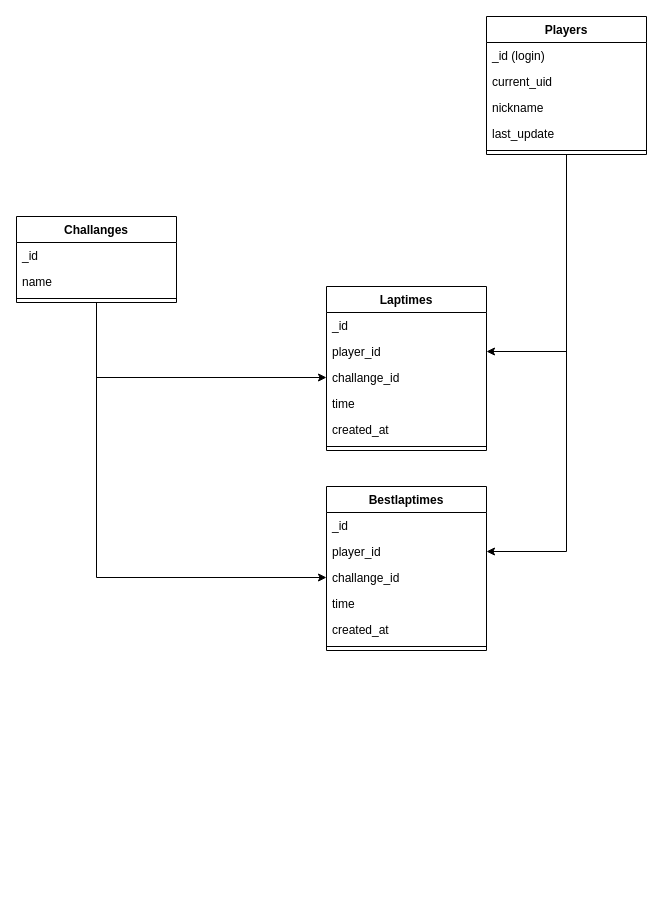
Before: db_layout.drawio in nils-ost/TMNF-TimeAttackServer, a draw.io diagram. Source tidied: cells renumbered, new cells numbered last; positions are measured from the earlier drawing's top-left corner, leaving out a move shared by most shapes. Both pictures are drawn from the tidied source at 100%, with x=0, y=0 at pixel (16, 16).
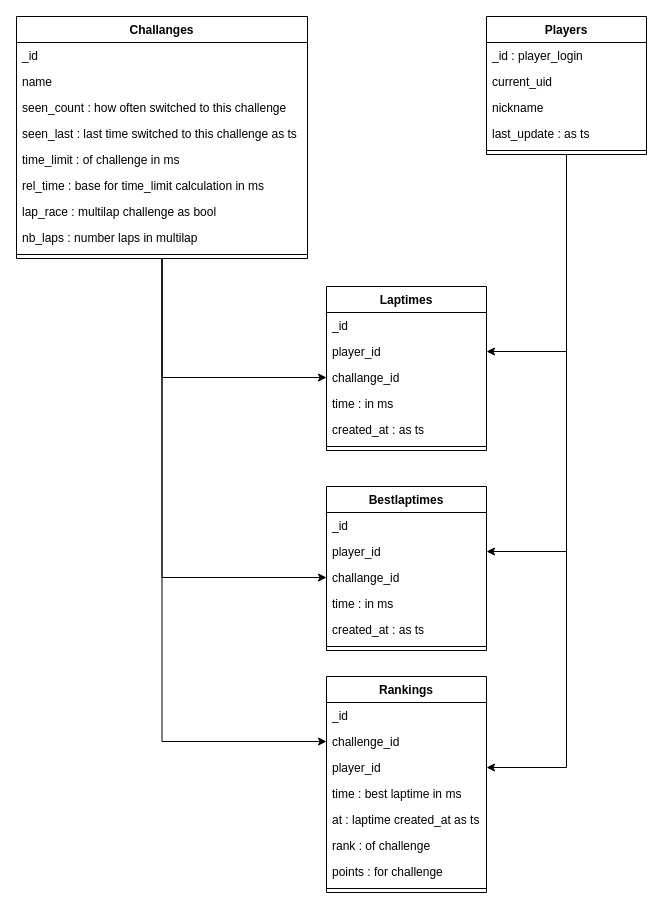
After the change.

The change refers to these unchanged cells:
```xml
<mxCell id="4" value="Players" style="swimlane;fontStyle=1;align=center;verticalAlign=top;horizontal=1;startSize=26;" parent="1" vertex="1">
  <mxGeometry x="470" width="160" height="138" as="geometry" />
</mxCell>
<mxCell id="16" value="Laptimes" style="swimlane;fontStyle=1;align=center;verticalAlign=top;horizontal=1;startSize=26;" parent="1" vertex="1">
  <mxGeometry x="310" y="270" width="160" height="164" as="geometry" />
</mxCell>
<mxCell id="23" value="Bestlaptimes" style="swimlane;fontStyle=1;align=center;verticalAlign=top;horizontal=1;startSize=26;" parent="1" vertex="1">
  <mxGeometry x="310" y="470" width="160" height="164" as="geometry" />
</mxCell>
```

What changed in the source:
```diff
@@
+    <mxCell id="30" style="edgeStyle=orthogonalEdgeStyle;rounded=0;jettySize=auto;html=1;entryX=1;entryY=0.5;entryDx=0;entryDy=0;" parent="1" edge="1" source="4" target="41">
+      <mxGeometry relative="1" as="geometry" />
+    </mxCell>
@@
-    <mxCell id="5" value="_id (login)" style="text;strokeColor=none;fillColor=none;align=left;verticalAlign=top;spacingLeft=4;spacingRight=4;overflow=hidden;" parent="4" vertex="1">
+    <mxCell id="5" value="_id : player_login" style="text;strokeColor=none;fillColor=none;align=left;verticalAlign=top;spacingLeft=4;spacingRight=4;overflow=hidden;" parent="4" vertex="1">
       <mxGeometry y="26" width="160" height="26" as="geometry" />
     </mxCell>
@@
-    <mxCell id="8" value="last_update" style="text;strokeColor=none;fillColor=none;align=left;verticalAlign=top;spacingLeft=4;spacingRight=4;overflow=hidden;" parent="4" vertex="1">
+    <mxCell id="8" value="last_update : as ts" style="text;strokeColor=none;fillColor=none;align=left;verticalAlign=top;spacingLeft=4;spacingRight=4;overflow=hidden;" parent="4" vertex="1">
       <mxGeometry y="104" width="160" height="26" as="geometry" />
     </mxCell>
@@
+    <mxCell id="31" style="edgeStyle=orthogonalEdgeStyle;rounded=0;jettySize=auto;html=1;entryX=0;entryY=0.5;entryDx=0;entryDy=0;" parent="1" edge="1" source="12" target="40">
+      <mxGeometry relative="1" as="geometry" />
+    </mxCell>
     <mxCell id="12" value="Challanges" style="swimlane;fontStyle=1;align=center;verticalAlign=top;horizontal=1;startSize=26;" parent="1" vertex="1">
-      <mxGeometry y="200" width="160" height="86" as="geometry" />
+      <mxGeometry width="291" height="242" as="geometry" />
     </mxCell>
     <mxCell id="13" value="_id" style="text;strokeColor=none;fillColor=none;align=left;verticalAlign=top;spacingLeft=4;spacingRight=4;overflow=hidden;" parent="12" vertex="1">
-      <mxGeometry y="26" width="160" height="26" as="geometry" />
+      <mxGeometry y="26" width="291" height="26" as="geometry" />
     </mxCell>
     <mxCell id="14" value="name" style="text;strokeColor=none;fillColor=none;align=left;verticalAlign=top;spacingLeft=4;spacingRight=4;overflow=hidden;" parent="12" vertex="1">
-      <mxGeometry y="52" width="160" height="26" as="geometry" />
+      <mxGeometry y="52" width="291" height="26" as="geometry" />
     </mxCell>
+    <mxCell id="32" value="seen_count : how often switched to this challenge" style="text;strokeColor=none;fillColor=none;align=left;verticalAlign=top;spacingLeft=4;spacingRight=4;overflow=hidden;" parent="12" vertex="1">
+      <mxGeometry y="78" width="291" height="26" as="geometry" />
+    </mxCell>
+    <mxCell id="33" value="seen_last : last time switched to this challenge as ts" style="text;strokeColor=none;fillColor=none;align=left;verticalAlign=top;spacingLeft=4;spacingRight=4;overflow=hidden;" parent="12" vertex="1">
+      <mxGeometry y="104" width="291" height="26" as="geometry" />
+    </mxCell>
+    <mxCell id="34" value="time_limit : of challenge in ms" style="text;strokeColor=none;fillColor=none;align=left;verticalAlign=top;spacingLeft=4;spacingRight=4;overflow=hidden;" parent="12" vertex="1">
+      <mxGeometry y="130" width="291" height="26" as="geometry" />
+    </mxCell>
+    <mxCell id="35" value="rel_time : base for time_limit calculation in ms" style="text;strokeColor=none;fillColor=none;align=left;verticalAlign=top;spacingLeft=4;spacingRight=4;overflow=hidden;" parent="12" vertex="1">
+      <mxGeometry y="156" width="291" height="26" as="geometry" />
+    </mxCell>
+    <mxCell id="36" value="lap_race : multilap challenge as bool" style="text;strokeColor=none;fillColor=none;align=left;verticalAlign=top;spacingLeft=4;spacingRight=4;overflow=hidden;" parent="12" vertex="1">
+      <mxGeometry y="182" width="291" height="26" as="geometry" />
+    </mxCell>
+    <mxCell id="37" value="nb_laps : number laps in multilap" style="text;strokeColor=none;fillColor=none;align=left;verticalAlign=top;spacingLeft=4;spacingRight=4;overflow=hidden;" parent="12" vertex="1">
+      <mxGeometry y="208" width="291" height="26" as="geometry" />
+    </mxCell>
     <mxCell id="15" style="line;strokeWidth=1;fillColor=none;align=left;verticalAlign=middle;spacingTop=-1;spacingLeft=3;spacingRight=3;labelPosition=right;" parent="12" vertex="1">
-      <mxGeometry y="78" width="160" height="8" as="geometry" />
+      <mxGeometry y="234" width="291" height="8" as="geometry" />
     </mxCell>
@@
-    <mxCell id="20" value="time" style="text;strokeColor=none;fillColor=none;align=left;verticalAlign=top;spacingLeft=4;spacingRight=4;overflow=hidden;" parent="16" vertex="1">
+    <mxCell id="20" value="time : in ms" style="text;strokeColor=none;fillColor=none;align=left;verticalAlign=top;spacingLeft=4;spacingRight=4;overflow=hidden;" parent="16" vertex="1">
       <mxGeometry y="104" width="160" height="26" as="geometry" />
     </mxCell>
-    <mxCell id="21" value="created_at" style="text;strokeColor=none;fillColor=none;align=left;verticalAlign=top;spacingLeft=4;spacingRight=4;overflow=hidden;" parent="16" vertex="1">
+    <mxCell id="21" value="created_at : as ts" style="text;strokeColor=none;fillColor=none;align=left;verticalAlign=top;spacingLeft=4;spacingRight=4;overflow=hidden;" parent="16" vertex="1">
       <mxGeometry y="130" width="160" height="26" as="geometry" />
     </mxCell>
@@
-    <mxCell id="27" value="time" style="text;strokeColor=none;fillColor=none;align=left;verticalAlign=top;spacingLeft=4;spacingRight=4;overflow=hidden;" parent="23" vertex="1">
+    <mxCell id="27" value="time : in ms" style="text;strokeColor=none;fillColor=none;align=left;verticalAlign=top;spacingLeft=4;spacingRight=4;overflow=hidden;" parent="23" vertex="1">
       <mxGeometry y="104" width="160" height="26" as="geometry" />
     </mxCell>
-    <mxCell id="28" value="created_at" style="text;strokeColor=none;fillColor=none;align=left;verticalAlign=top;spacingLeft=4;spacingRight=4;overflow=hidden;" parent="23" vertex="1">
+    <mxCell id="28" value="created_at : as ts" style="text;strokeColor=none;fillColor=none;align=left;verticalAlign=top;spacingLeft=4;spacingRight=4;overflow=hidden;" parent="23" vertex="1">
       <mxGeometry y="130" width="160" height="26" as="geometry" />
     </mxCell>
@@
+    <mxCell id="38" value="Rankings" style="swimlane;fontStyle=1;align=center;verticalAlign=top;horizontal=1;startSize=26;" parent="1" vertex="1">
+      <mxGeometry x="310" y="660" width="160" height="216" as="geometry" />
+    </mxCell>
+    <mxCell id="39" value="_id" style="text;strokeColor=none;fillColor=none;align=left;verticalAlign=top;spacingLeft=4;spacingRight=4;overflow=hidden;" parent="38" vertex="1">
+      <mxGeometry y="26" width="160" height="26" as="geometry" />
+    </mxCell>
+    <mxCell id="40" value="challenge_id" style="text;strokeColor=none;fillColor=none;align=left;verticalAlign=top;spacingLeft=4;spacingRight=4;overflow=hidden;points=[[0,0.5],[1,0.5]];portConstraint=eastwest;" parent="38" vertex="1">
+      <mxGeometry y="52" width="160" height="26" as="geometry" />
+    </mxCell>
+    <mxCell id="41" value="player_id" style="text;strokeColor=none;fillColor=none;align=left;verticalAlign=top;spacingLeft=4;spacingRight=4;overflow=hidden;points=[[0,0.5],[1,0.5]];portConstraint=eastwest;" parent="38" vertex="1">
+      <mxGeometry y="78" width="160" height="26" as="geometry" />
+    </mxCell>
+    <mxCell id="42" value="time : best laptime in ms" style="text;strokeColor=none;fillColor=none;align=left;verticalAlign=top;spacingLeft=4;spacingRight=4;overflow=hidden;" parent="38" vertex="1">
+      <mxGeometry y="104" width="160" height="26" as="geometry" />
+    </mxCell>
+    <mxCell id="43" value="at : laptime created_at as ts" style="text;strokeColor=none;fillColor=none;align=left;verticalAlign=top;spacingLeft=4;spacingRight=4;overflow=hidden;" parent="38" vertex="1">
+      <mxGeometry y="130" width="160" height="26" as="geometry" />
+    </mxCell>
+    <mxCell id="44" value="rank : of challenge" style="text;strokeColor=none;fillColor=none;align=left;verticalAlign=top;spacingLeft=4;spacingRight=4;overflow=hidden;" parent="38" vertex="1">
+      <mxGeometry y="156" width="160" height="26" as="geometry" />
+    </mxCell>
+    <mxCell id="45" value="points : for challenge" style="text;strokeColor=none;fillColor=none;align=left;verticalAlign=top;spacingLeft=4;spacingRight=4;overflow=hidden;" parent="38" vertex="1">
+      <mxGeometry y="182" width="160" height="26" as="geometry" />
+    </mxCell>
+    <mxCell id="46" style="line;strokeWidth=1;fillColor=none;align=left;verticalAlign=middle;spacingTop=-1;spacingLeft=3;spacingRight=3;labelPosition=right;" parent="38" vertex="1">
+      <mxGeometry y="208" width="160" height="8" as="geometry" />
+    </mxCell>
```
